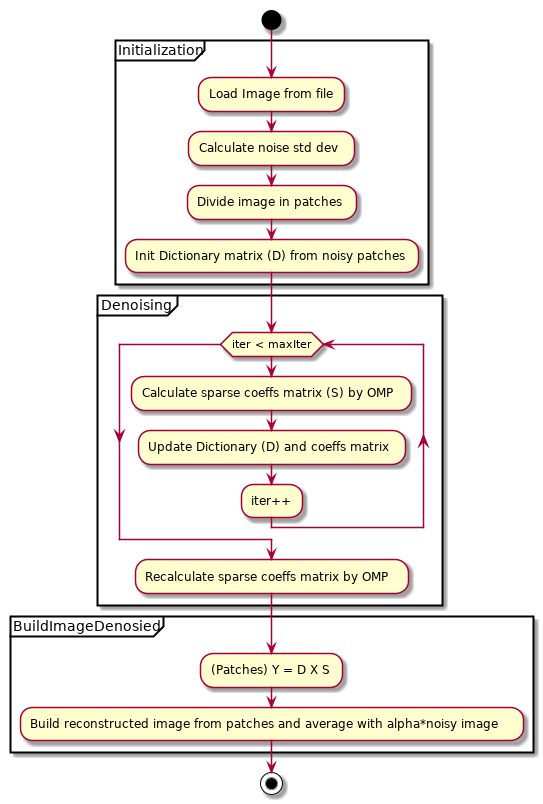
Earlier version of the PlantUML export uml/out/uml/src/OverviewDiagram.png (newfla/CUDA-K-SVD-Denoising). Source of this version:
```plantuml
@startuml OverviewDiagram
start
partition Initialization {
    :Load Image from file;
    :Calculate noise std dev;
    :Divide image in patches;
    :Init Dictionary matrix (D) from noisy patches;
}

partition Denoising {
    while(iter < maxIter)
        :Calculate sparse coeffs matrix (S) by OMP;
        :Update Dictionary (D) and coeffs matrix;
        :iter++;
    endwhile
    :Recalculate sparse coeffs matrix by OMP;
}

partition BuildImageDenosied {
    :(Patches) Y = D X S;
    :Build reconstructed image from patches and average with alpha*noisy image;
}

stop
@enduml
```
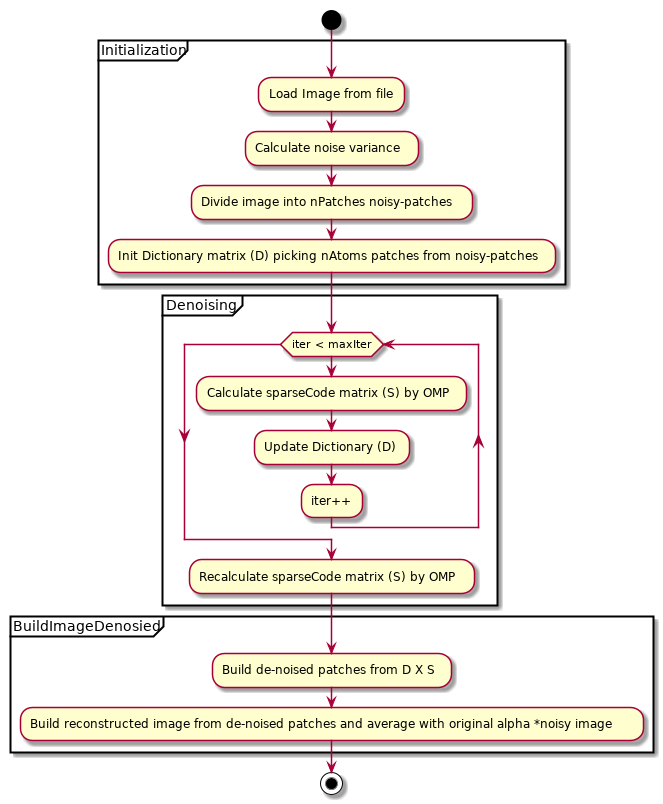
After the commit.

The edit, as a diff of the source:
```diff
@@ -2,23 +2,23 @@
 start
 partition Initialization {
     :Load Image from file;
-    :Calculate noise std dev;
-    :Divide image in patches;
-    :Init Dictionary matrix (D) from noisy patches;
+    :Calculate noise variance;
+    :Divide image into nPatches noisy-patches;
+    :Init Dictionary matrix (D) picking nAtoms patches from noisy-patches;
 }
 
 partition Denoising {
     while(iter < maxIter)
-        :Calculate sparse coeffs matrix (S) by OMP;
-        :Update Dictionary (D) and coeffs matrix;
+        :Calculate sparseCode matrix (S) by OMP;
+        :Update Dictionary (D);
         :iter++;
     endwhile
-    :Recalculate sparse coeffs matrix by OMP;
+    :Recalculate sparseCode matrix (S) by OMP;
 }
 
 partition BuildImageDenosied {
-    :(Patches) Y = D X S;
-    :Build reconstructed image from patches and average with alpha*noisy image;
+    :Build de-noised patches from D X S;
+    :Build reconstructed image from de-noised patches and average with original alpha *noisy image;
 }
 
 stop
```
